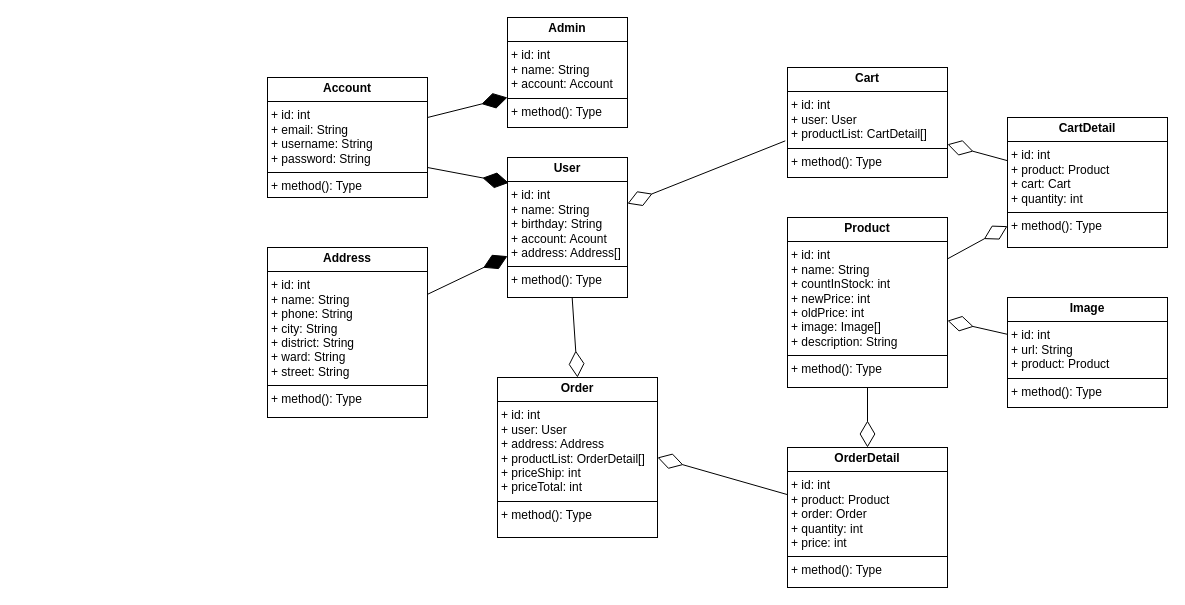
Before: Biểu đồ không có tiêu đề.drawio in NhatBui029/backend-ecommerce-react_native, a draw.io diagram. Source tidied: cells renumbered, new cells numbered last; positions are measured from the earlier drawing's top-left corner, leaving out a move shared by most shapes. Both pictures are drawn from the tidied source at 100%, with x=0, y=0 at pixel (267, 17).
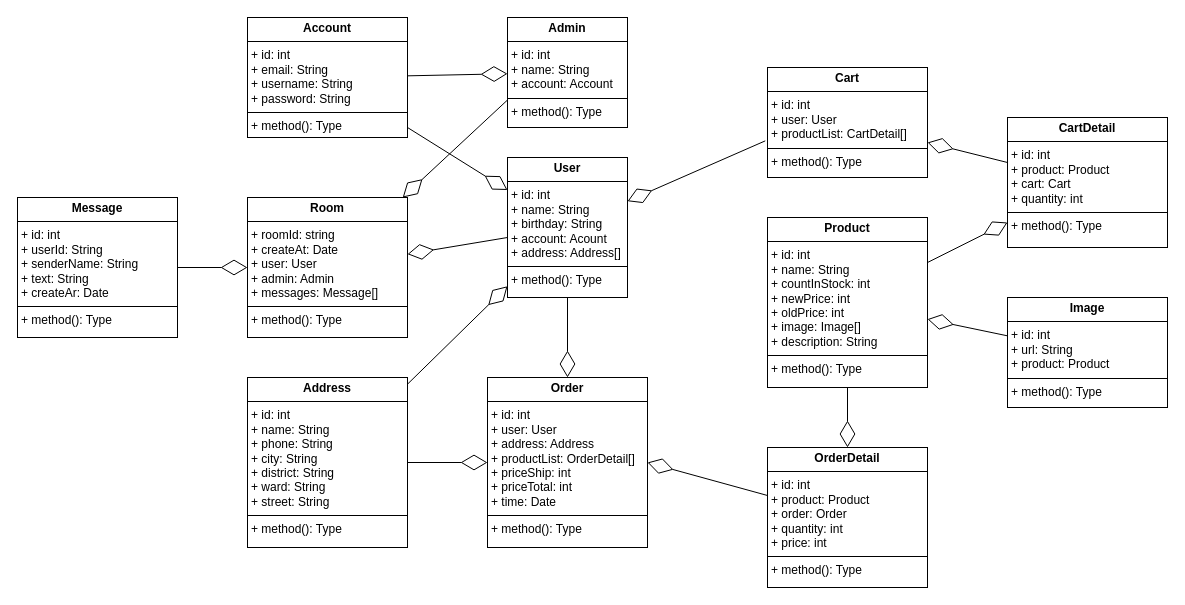
Above is the later version.

Commit message:
class diagram

The change refers to these unchanged cells:
```xml
<mxCell id="2" value="&lt;p style=&quot;margin:0px;margin-top:4px;text-align:center;&quot;&gt;&lt;b&gt;User&lt;/b&gt;&lt;/p&gt;&lt;hr size=&quot;1&quot; style=&quot;border-style:solid;&quot;&gt;&lt;p style=&quot;margin:0px;margin-left:4px;&quot;&gt;+ id: int&lt;/p&gt;&lt;p style=&quot;margin:0px;margin-left:4px;&quot;&gt;+ name: String&lt;/p&gt;&lt;p style=&quot;margin:0px;margin-left:4px;&quot;&gt;+ birthday: String&lt;/p&gt;&lt;p style=&quot;margin:0px;margin-left:4px;&quot;&gt;+ account: Acount&lt;/p&gt;&lt;p style=&quot;margin:0px;margin-left:4px;&quot;&gt;+ address: Address[]&lt;/p&gt;&lt;hr size=&quot;1&quot; style=&quot;border-style:solid;&quot;&gt;&lt;p style=&quot;margin:0px;margin-left:4px;&quot;&gt;+ method(): Type&lt;/p&gt;" style="verticalAlign=top;align=left;overflow=fill;html=1;whiteSpace=wrap;" parent="1" vertex="1">
  <mxGeometry x="240" y="140" width="120" height="140" as="geometry" />
</mxCell>
<mxCell id="4" value="&lt;p style=&quot;margin:0px;margin-top:4px;text-align:center;&quot;&gt;&lt;b&gt;Admin&lt;/b&gt;&lt;/p&gt;&lt;hr size=&quot;1&quot; style=&quot;border-style:solid;&quot;&gt;&lt;p style=&quot;margin:0px;margin-left:4px;&quot;&gt;+ id: int&lt;/p&gt;&lt;p style=&quot;margin:0px;margin-left:4px;&quot;&gt;+ name: String&lt;/p&gt;&lt;p style=&quot;margin:0px;margin-left:4px;&quot;&gt;+ account: Account&lt;/p&gt;&lt;hr size=&quot;1&quot; style=&quot;border-style:solid;&quot;&gt;&lt;p style=&quot;margin:0px;margin-left:4px;&quot;&gt;+ method(): Type&lt;/p&gt;" style="verticalAlign=top;align=left;overflow=fill;html=1;whiteSpace=wrap;" parent="1" vertex="1">
  <mxGeometry x="240" width="120" height="110" as="geometry" />
</mxCell>
```

Change to the diagram source:
```diff
@@
     <mxCell id="3" value="&lt;p style=&quot;margin:0px;margin-top:4px;text-align:center;&quot;&gt;&lt;b&gt;Account&lt;/b&gt;&lt;/p&gt;&lt;hr size=&quot;1&quot; style=&quot;border-style:solid;&quot;&gt;&lt;p style=&quot;margin:0px;margin-left:4px;&quot;&gt;+ id: int&lt;/p&gt;&lt;p style=&quot;margin:0px;margin-left:4px;&quot;&gt;+ email: String&lt;/p&gt;&lt;p style=&quot;margin:0px;margin-left:4px;&quot;&gt;+ username: String&lt;/p&gt;&lt;p style=&quot;margin:0px;margin-left:4px;&quot;&gt;+ password: String&lt;/p&gt;&lt;hr size=&quot;1&quot; style=&quot;border-style:solid;&quot;&gt;&lt;p style=&quot;margin:0px;margin-left:4px;&quot;&gt;+ method(): Type&lt;/p&gt;" style="verticalAlign=top;align=left;overflow=fill;html=1;whiteSpace=wrap;" parent="1" vertex="1">
-      <mxGeometry y="60" width="160" height="120" as="geometry" />
+      <mxGeometry x="-20" width="160" height="120" as="geometry" />
     </mxCell>
@@
-    <mxCell id="5" style="endArrow=diamondThin;endFill=1;endSize=24;html=1;rounded=0;" parent="1" edge="1" source="3">
-      <mxGeometry relative="1" as="geometry">
-        <mxPoint x="240" y="80" as="targetPoint" />
-      </mxGeometry>
-    </mxCell>
-    <mxCell id="6" style="endArrow=diamondThin;endFill=1;endSize=24;html=1;rounded=0;entryX=0.011;entryY=0.181;entryDx=0;entryDy=0;entryPerimeter=0;exitX=1;exitY=0.75;exitDx=0;exitDy=0;" parent="1" edge="1" source="3" target="2">
-      <mxGeometry relative="1" as="geometry" />
-    </mxCell>
     <mxCell id="7" value="&lt;p style=&quot;margin:0px;margin-top:4px;text-align:center;&quot;&gt;&lt;b&gt;Product&lt;/b&gt;&lt;/p&gt;&lt;hr size=&quot;1&quot; style=&quot;border-style:solid;&quot;&gt;&lt;p style=&quot;margin:0px;margin-left:4px;&quot;&gt;+ id: int&lt;/p&gt;&lt;p style=&quot;margin:0px;margin-left:4px;&quot;&gt;+ name: String&lt;/p&gt;&lt;p style=&quot;margin:0px;margin-left:4px;&quot;&gt;+ countInStock: int&lt;/p&gt;&lt;p style=&quot;margin:0px;margin-left:4px;&quot;&gt;+ newPrice: int&lt;/p&gt;&lt;p style=&quot;margin:0px;margin-left:4px;&quot;&gt;+ oldPrice: int&lt;/p&gt;&lt;p style=&quot;margin:0px;margin-left:4px;&quot;&gt;+ image: Image[]&lt;/p&gt;&lt;p style=&quot;margin:0px;margin-left:4px;&quot;&gt;+ description: String&lt;/p&gt;&lt;hr size=&quot;1&quot; style=&quot;border-style:solid;&quot;&gt;&lt;p style=&quot;margin:0px;margin-left:4px;&quot;&gt;+ method(): Type&lt;/p&gt;" style="verticalAlign=top;align=left;overflow=fill;html=1;whiteSpace=wrap;" parent="1" vertex="1">
-      <mxGeometry x="520" y="200" width="160" height="170" as="geometry" />
+      <mxGeometry x="500" y="200" width="160" height="170" as="geometry" />
     </mxCell>
     <mxCell id="8" value="&lt;p style=&quot;margin:0px;margin-top:4px;text-align:center;&quot;&gt;&lt;b&gt;Cart&lt;/b&gt;&lt;/p&gt;&lt;hr size=&quot;1&quot; style=&quot;border-style:solid;&quot;&gt;&lt;p style=&quot;margin:0px;margin-left:4px;&quot;&gt;+ id: int&lt;/p&gt;&lt;p style=&quot;margin:0px;margin-left:4px;&quot;&gt;+ user: User&lt;/p&gt;&lt;p style=&quot;margin:0px;margin-left:4px;&quot;&gt;+ productList: CartDetail[]&lt;/p&gt;&lt;hr size=&quot;1&quot; style=&quot;border-style:solid;&quot;&gt;&lt;p style=&quot;margin:0px;margin-left:4px;&quot;&gt;+ method(): Type&lt;/p&gt;" style="verticalAlign=top;align=left;overflow=fill;html=1;whiteSpace=wrap;" parent="1" vertex="1">
-      <mxGeometry x="520" y="50" width="160" height="110" as="geometry" />
+      <mxGeometry x="500" y="50" width="160" height="110" as="geometry" />
     </mxCell>
-    <mxCell id="9" value="&lt;p style=&quot;margin:0px;margin-top:4px;text-align:center;&quot;&gt;&lt;b&gt;Order&lt;/b&gt;&lt;/p&gt;&lt;hr size=&quot;1&quot; style=&quot;border-style:solid;&quot;&gt;&lt;p style=&quot;margin:0px;margin-left:4px;&quot;&gt;+ id: int&lt;/p&gt;&lt;p style=&quot;margin:0px;margin-left:4px;&quot;&gt;+ user: User&lt;/p&gt;&lt;p style=&quot;margin:0px;margin-left:4px;&quot;&gt;+ address: Address&lt;/p&gt;&lt;p style=&quot;margin:0px;margin-left:4px;&quot;&gt;+ productList: OrderDetail[]&lt;/p&gt;&lt;p style=&quot;margin:0px;margin-left:4px;&quot;&gt;+ priceShip: int&lt;/p&gt;&lt;p style=&quot;margin:0px;margin-left:4px;&quot;&gt;+ priceTotal: int&lt;/p&gt;&lt;hr size=&quot;1&quot; style=&quot;border-style:solid;&quot;&gt;&lt;p style=&quot;margin:0px;margin-left:4px;&quot;&gt;+ method(): Type&lt;/p&gt;" style="verticalAlign=top;align=left;overflow=fill;html=1;whiteSpace=wrap;" parent="1" vertex="1">
-      <mxGeometry x="230" y="360" width="160" height="160" as="geometry" />
+    <mxCell id="9" value="&lt;p style=&quot;margin:0px;margin-top:4px;text-align:center;&quot;&gt;&lt;b&gt;Order&lt;/b&gt;&lt;/p&gt;&lt;hr size=&quot;1&quot; style=&quot;border-style:solid;&quot;&gt;&lt;p style=&quot;margin:0px;margin-left:4px;&quot;&gt;+ id: int&lt;/p&gt;&lt;p style=&quot;margin:0px;margin-left:4px;&quot;&gt;+ user: User&lt;/p&gt;&lt;p style=&quot;margin:0px;margin-left:4px;&quot;&gt;+ address: Address&lt;/p&gt;&lt;p style=&quot;margin:0px;margin-left:4px;&quot;&gt;+ productList: OrderDetail[]&lt;/p&gt;&lt;p style=&quot;margin:0px;margin-left:4px;&quot;&gt;+ priceShip: int&lt;/p&gt;&lt;p style=&quot;margin:0px;margin-left:4px;&quot;&gt;+ priceTotal: int&lt;/p&gt;&lt;p style=&quot;margin:0px;margin-left:4px;&quot;&gt;+ time: Date&lt;/p&gt;&lt;hr size=&quot;1&quot; style=&quot;border-style:solid;&quot;&gt;&lt;p style=&quot;margin:0px;margin-left:4px;&quot;&gt;+ method(): Type&lt;/p&gt;" style="verticalAlign=top;align=left;overflow=fill;html=1;whiteSpace=wrap;" parent="1" vertex="1">
+      <mxGeometry x="220" y="360" width="160" height="170" as="geometry" />
     </mxCell>
     <mxCell id="10" value="&lt;p style=&quot;margin:0px;margin-top:4px;text-align:center;&quot;&gt;&lt;b&gt;Address&lt;/b&gt;&lt;/p&gt;&lt;hr size=&quot;1&quot; style=&quot;border-style:solid;&quot;&gt;&lt;p style=&quot;margin:0px;margin-left:4px;&quot;&gt;+ id: int&lt;/p&gt;&lt;p style=&quot;margin:0px;margin-left:4px;&quot;&gt;+ name: String&lt;/p&gt;&lt;p style=&quot;margin:0px;margin-left:4px;&quot;&gt;+ phone: String&lt;/p&gt;&lt;p style=&quot;margin:0px;margin-left:4px;&quot;&gt;+ city: String&lt;/p&gt;&lt;p style=&quot;margin:0px;margin-left:4px;&quot;&gt;+ district: String&lt;/p&gt;&lt;p style=&quot;margin:0px;margin-left:4px;&quot;&gt;+ ward: String&lt;/p&gt;&lt;p style=&quot;margin:0px;margin-left:4px;&quot;&gt;+ street: String&lt;/p&gt;&lt;hr size=&quot;1&quot; style=&quot;border-style:solid;&quot;&gt;&lt;p style=&quot;margin:0px;margin-left:4px;&quot;&gt;+ method(): Type&lt;/p&gt;" style="verticalAlign=top;align=left;overflow=fill;html=1;whiteSpace=wrap;" parent="1" vertex="1">
-      <mxGeometry y="230" width="160" height="170" as="geometry" />
+      <mxGeometry x="-20" y="360" width="160" height="170" as="geometry" />
     </mxCell>
-    <mxCell id="11" style="endArrow=diamondThin;endFill=1;endSize=24;html=1;rounded=0;" parent="1" edge="1" source="10" target="2">
-      <mxGeometry relative="1" as="geometry" />
-    </mxCell>
     <mxCell id="12" value="&lt;p style=&quot;margin:0px;margin-top:4px;text-align:center;&quot;&gt;&lt;b&gt;OrderDetail&lt;/b&gt;&lt;/p&gt;&lt;hr size=&quot;1&quot; style=&quot;border-style:solid;&quot;&gt;&lt;p style=&quot;margin:0px;margin-left:4px;&quot;&gt;+ id: int&lt;/p&gt;&lt;p style=&quot;margin:0px;margin-left:4px;&quot;&gt;+ product: Product&lt;/p&gt;&lt;p style=&quot;margin:0px;margin-left:4px;&quot;&gt;+ order: Order&lt;/p&gt;&lt;p style=&quot;margin:0px;margin-left:4px;&quot;&gt;+ quantity: int&lt;/p&gt;&lt;p style=&quot;margin:0px;margin-left:4px;&quot;&gt;+ price: int&lt;/p&gt;&lt;hr size=&quot;1&quot; style=&quot;border-style:solid;&quot;&gt;&lt;p style=&quot;margin:0px;margin-left:4px;&quot;&gt;+ method(): Type&lt;/p&gt;" style="verticalAlign=top;align=left;overflow=fill;html=1;whiteSpace=wrap;" parent="1" vertex="1">
-      <mxGeometry x="520" y="430" width="160" height="140" as="geometry" />
+      <mxGeometry x="500" y="430" width="160" height="140" as="geometry" />
     </mxCell>
@@
-    <mxCell id="19" style="endArrow=diamondThin;endFill=0;endSize=24;html=1;rounded=0;exitX=0.5;exitY=1;exitDx=0;exitDy=0;entryX=0.5;entryY=0;entryDx=0;entryDy=0;" parent="1" edge="1" source="7" target="12">
+    <mxCell id="19" style="endArrow=diamondThin;endFill=0;endSize=24;html=1;rounded=0;exitX=0.5;exitY=1;exitDx=0;exitDy=0;" parent="1" edge="1" source="7" target="12">
       <mxGeometry relative="1" as="geometry" />
     </mxCell>
@@
+    <mxCell id="22" style="endArrow=diamondThin;endFill=0;endSize=24;html=1;rounded=0;" parent="1" edge="1" source="3" target="4">
+      <mxGeometry relative="1" as="geometry" />
+    </mxCell>
+    <mxCell id="6" style="endArrow=diamondThin;endFill=0;endSize=24;html=1;rounded=0;" parent="1" edge="1" source="3" target="2">
+      <mxGeometry relative="1" as="geometry" />
+    </mxCell>
+    <mxCell id="11" style="endArrow=diamondThin;endFill=0;endSize=24;html=1;rounded=0;" parent="1" edge="1" source="10" target="2">
+      <mxGeometry relative="1" as="geometry" />
+    </mxCell>
+    <mxCell id="23" style="endArrow=diamondThin;endFill=0;endSize=24;html=1;rounded=0;exitX=1;exitY=0.5;exitDx=0;exitDy=0;" parent="1" edge="1" source="10" target="9">
+      <mxGeometry relative="1" as="geometry" />
+    </mxCell>
+    <mxCell id="24" value="&lt;p style=&quot;margin:0px;margin-top:4px;text-align:center;&quot;&gt;&lt;b&gt;Room&lt;/b&gt;&lt;/p&gt;&lt;hr size=&quot;1&quot; style=&quot;border-style:solid;&quot;&gt;&lt;p style=&quot;margin:0px;margin-left:4px;&quot;&gt;+ roomId: string&lt;/p&gt;&lt;p style=&quot;margin:0px;margin-left:4px;&quot;&gt;+ createAt: Date&lt;/p&gt;&lt;p style=&quot;margin:0px;margin-left:4px;&quot;&gt;+ user: User&lt;/p&gt;&lt;p style=&quot;margin:0px;margin-left:4px;&quot;&gt;+ admin: Admin&lt;/p&gt;&lt;p style=&quot;margin:0px;margin-left:4px;&quot;&gt;+ messages: Message[]&lt;/p&gt;&lt;hr size=&quot;1&quot; style=&quot;border-style:solid;&quot;&gt;&lt;p style=&quot;margin:0px;margin-left:4px;&quot;&gt;+ method(): Type&lt;/p&gt;" style="verticalAlign=top;align=left;overflow=fill;html=1;whiteSpace=wrap;" parent="1" vertex="1">
+      <mxGeometry x="-20" y="180" width="160" height="140" as="geometry" />
+    </mxCell>
+    <mxCell id="25" style="endArrow=diamondThin;endFill=0;endSize=24;html=1;rounded=0;exitX=0;exitY=0.75;exitDx=0;exitDy=0;" parent="1" edge="1" source="4" target="24">
+      <mxGeometry relative="1" as="geometry" />
+    </mxCell>
+    <mxCell id="26" style="endArrow=diamondThin;endFill=0;endSize=24;html=1;rounded=0;" parent="1" edge="1" source="2" target="24">
+      <mxGeometry relative="1" as="geometry" />
+    </mxCell>
+    <mxCell id="27" value="&lt;p style=&quot;margin:0px;margin-top:4px;text-align:center;&quot;&gt;&lt;b&gt;Message&lt;/b&gt;&lt;/p&gt;&lt;hr size=&quot;1&quot; style=&quot;border-style:solid;&quot;&gt;&lt;p style=&quot;margin:0px;margin-left:4px;&quot;&gt;+ id: int&lt;/p&gt;&lt;p style=&quot;margin:0px;margin-left:4px;&quot;&gt;+ userId: String&lt;/p&gt;&lt;p style=&quot;margin:0px;margin-left:4px;&quot;&gt;+ senderName: String&lt;br&gt;+ text: String&lt;/p&gt;&lt;p style=&quot;margin:0px;margin-left:4px;&quot;&gt;+ createAr: Date&lt;/p&gt;&lt;hr size=&quot;1&quot; style=&quot;border-style:solid;&quot;&gt;&lt;p style=&quot;margin:0px;margin-left:4px;&quot;&gt;+ method(): Type&lt;/p&gt;" style="verticalAlign=top;align=left;overflow=fill;html=1;whiteSpace=wrap;" parent="1" vertex="1">
+      <mxGeometry x="-250" y="180" width="160" height="140" as="geometry" />
+    </mxCell>
+    <mxCell id="28" style="endArrow=diamondThin;endFill=0;endSize=24;html=1;rounded=0;" parent="1" edge="1" source="27" target="24">
+      <mxGeometry relative="1" as="geometry" />
+    </mxCell>
```
